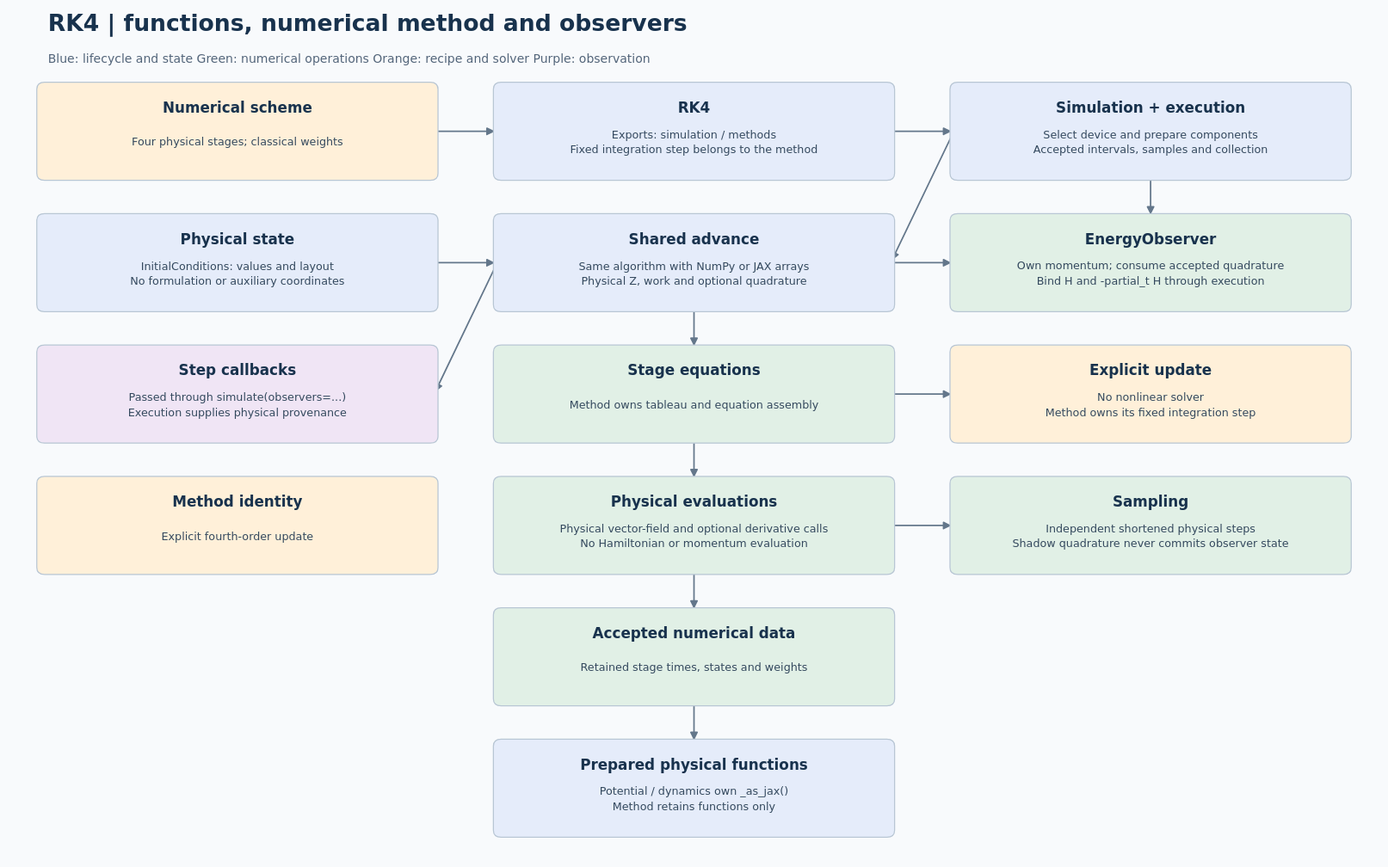
Earlier version of the PlantUML export docs/models/rk4/simulation/rk4-simulation-architecture.svg (Jugibe-52/GC2D_intranet). Its source is kept beside it as docs/models/rk4/simulation/rk4-simulation-architecture.puml.
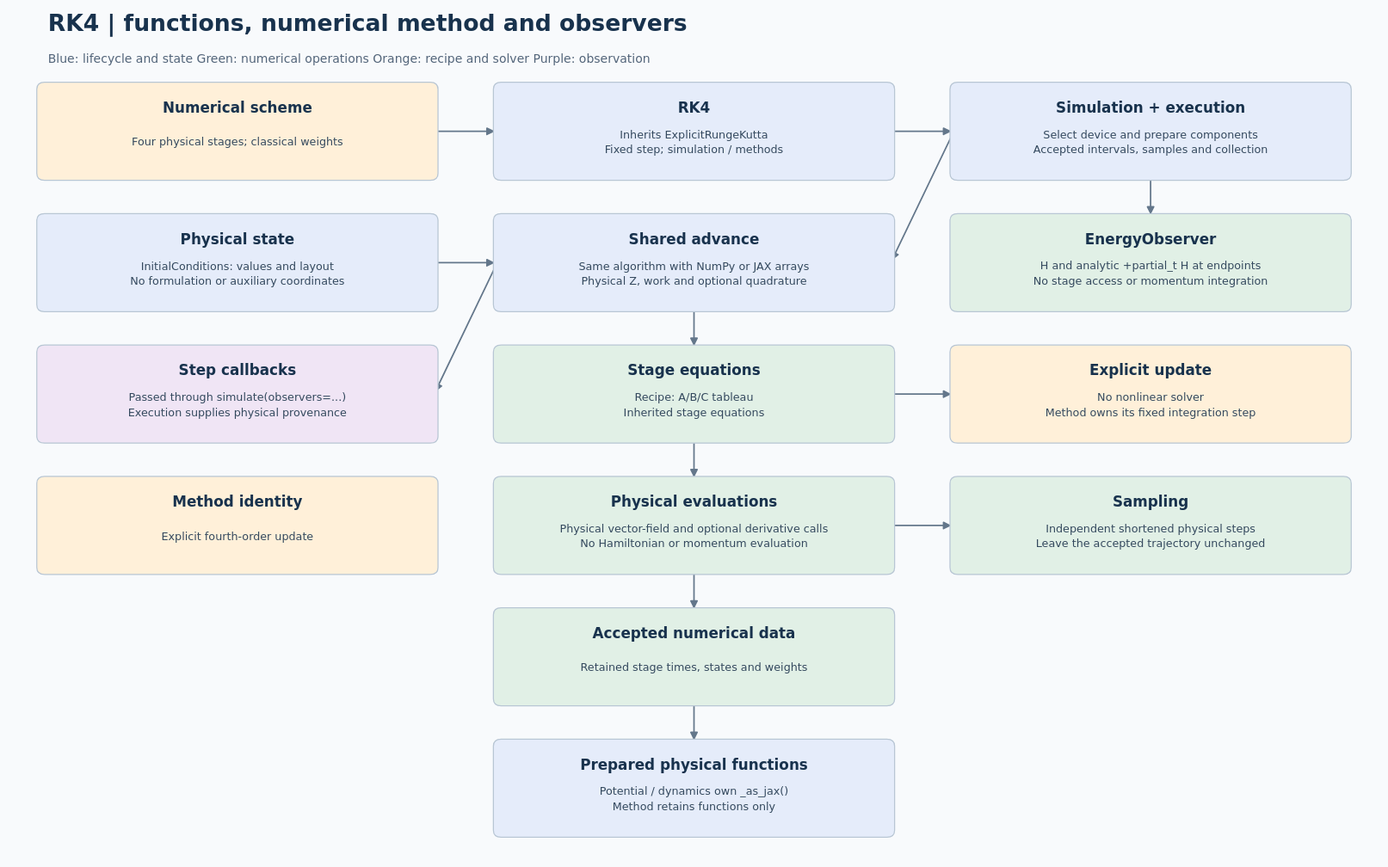
The same file after the commit.

What changed in the source:
```diff
@@ -3,17 +3,17 @@
   graph [rankdir=TB, bgcolor="#f8fafc"];
   node [shape=box, style="rounded,filled", fontname="DejaVu Sans"];
   recipe [label="Numerical scheme\nFour physical stages; classical weights", fillcolor="#fff0d9"];
-  method [label="RK4\nExports: simulation / methods\nFixed integration step belongs to the method", fillcolor="#e5ecfa"];
+  method [label="RK4\nInherits ExplicitRungeKutta\nFixed step; simulation / methods", fillcolor="#e5ecfa"];
   driver [label="Simulation + execution\nSelect device and prepare components\nAccepted intervals, samples and collection", fillcolor="#e5ecfa"];
   state [label="Physical state\nInitialConditions: values and layout\nNo formulation or auxiliary coordinates", fillcolor="#e5ecfa"];
   advance [label="Shared advance\nSame algorithm with NumPy or JAX arrays\nPhysical Z, work and optional quadrature", fillcolor="#e5ecfa"];
-  energy [label="EnergyObserver\nOwn momentum; consume accepted quadrature\nBind H and -partial_t H through execution", fillcolor="#e1f0e6"];
+  energy [label="EnergyObserver\nH and analytic +partial_t H at endpoints\nNo stage access or momentum integration", fillcolor="#e1f0e6"];
   observe [label="Step callbacks\nPassed through simulate(observers=...)\nExecution supplies physical provenance", fillcolor="#f0e5f5"];
-  projection [label="Stage equations\nMethod owns tableau and equation assembly", fillcolor="#e1f0e6"];
+  projection [label="Stage equations\nRecipe: A/B/C tableau\nInherited stage equations", fillcolor="#e1f0e6"];
   solver [label="Explicit update\nNo nonlinear solver\nMethod owns its fixed integration step", fillcolor="#fff0d9"];
   placement [label="Method identity\nExplicit fourth-order update", fillcolor="#fff0d9"];
   compose [label="Physical evaluations\nPhysical vector-field and optional derivative calls\nNo Hamiltonian or momentum evaluation", fillcolor="#e1f0e6"];
-  tangent [label="Sampling\nIndependent shortened physical steps\nShadow quadrature never commits observer state", fillcolor="#e1f0e6"];
+  tangent [label="Sampling\nIndependent shortened physical steps\nLeave the accepted trajectory unchanged", fillcolor="#e1f0e6"];
   maps [label="Accepted numerical data\nRetained stage times, states and weights", fillcolor="#e1f0e6"];
   dynamics [label="Prepared physical functions\nPotential / dynamics own _as_jax()\nMethod retains functions only", fillcolor="#e5ecfa"];
   recipe -> method;
@@ -22,7 +22,6 @@
   state -> advance;
   advance -> projection;
   driver -> energy;
-  advance -> energy;
   advance -> observe;
   projection -> compose;
   projection -> solver;
```
